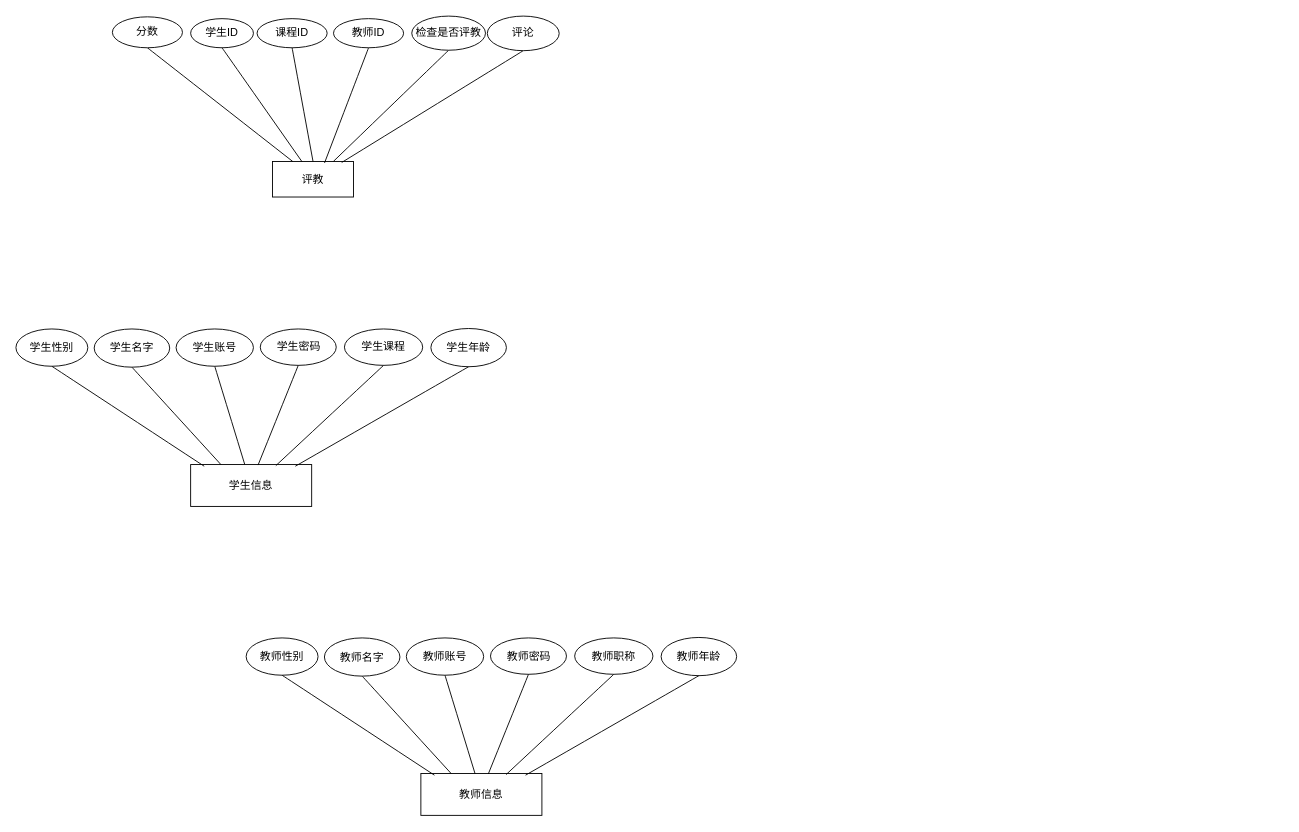
Above: page "实体图" (5 of 7) of 未命名绘图.drawio in mao-user/2024code (draw.io), before the change. Source tidied: cells renumbered, new cells numbered last; positions are measured from the earlier drawing's top-left corner, leaving out a move shared by most shapes. Both pictures are drawn from the tidied source at 91%, with x=0, y=0 at pixel (15, 15).
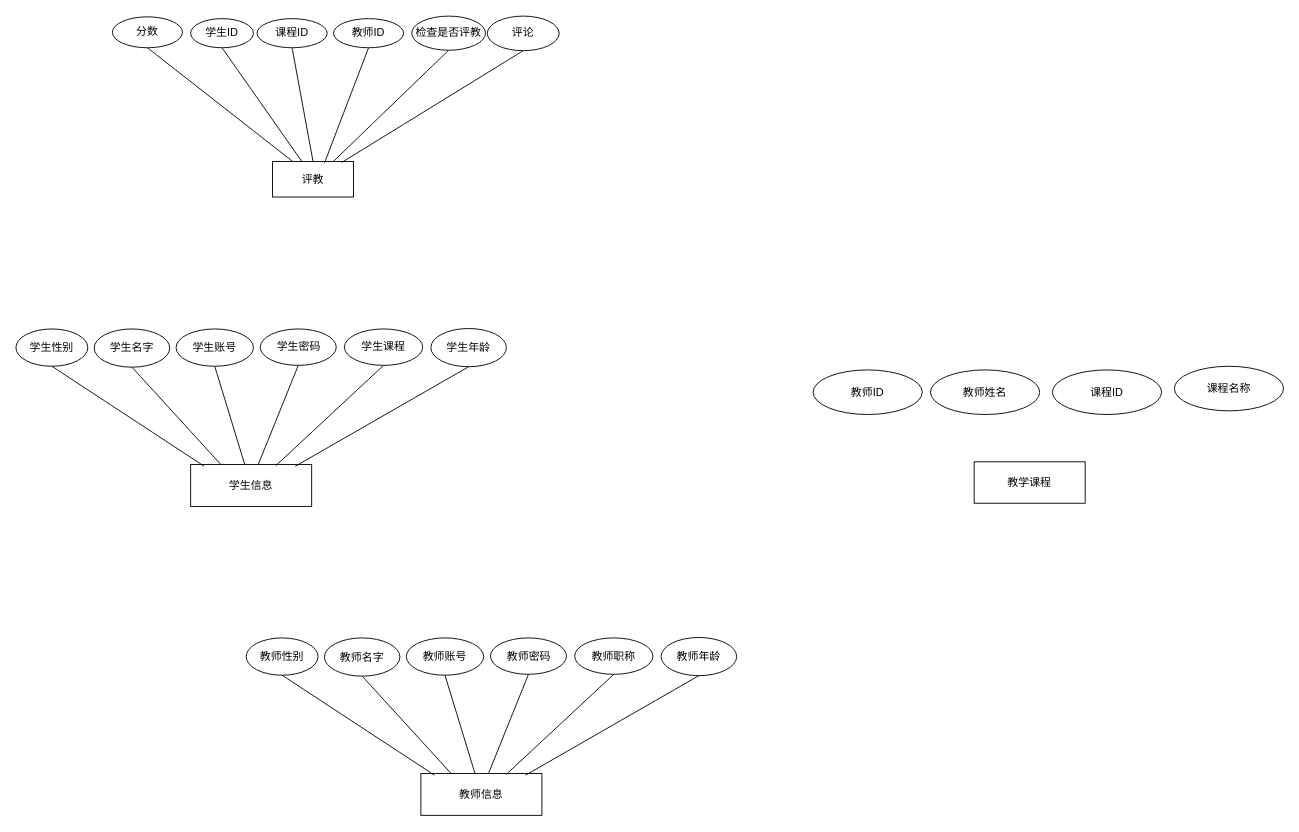
The same page after the edit.

What changed in the source:
```diff
@@
+    <mxCell id="41" value="教学课程" style="rounded=0;whiteSpace=wrap;html=1;" parent="1" vertex="1">
+      <mxGeometry x="1053" y="490" width="122" height="45.5" as="geometry" />
+    </mxCell>
+    <mxCell id="42" value="教师ID" style="ellipse;whiteSpace=wrap;html=1;" parent="1" vertex="1">
+      <mxGeometry x="876" y="389" width="120" height="49" as="geometry" />
+    </mxCell>
+    <mxCell id="43" value="教师姓名" style="ellipse;whiteSpace=wrap;html=1;" parent="1" vertex="1">
+      <mxGeometry x="1005" y="389" width="120" height="49" as="geometry" />
+    </mxCell>
+    <mxCell id="44" value="课程ID" style="ellipse;whiteSpace=wrap;html=1;" parent="1" vertex="1">
+      <mxGeometry x="1139" y="389" width="120" height="49" as="geometry" />
+    </mxCell>
+    <mxCell id="45" value="课程名称" style="ellipse;whiteSpace=wrap;html=1;" parent="1" vertex="1">
+      <mxGeometry x="1273" y="385" width="120" height="49" as="geometry" />
+    </mxCell>
```
